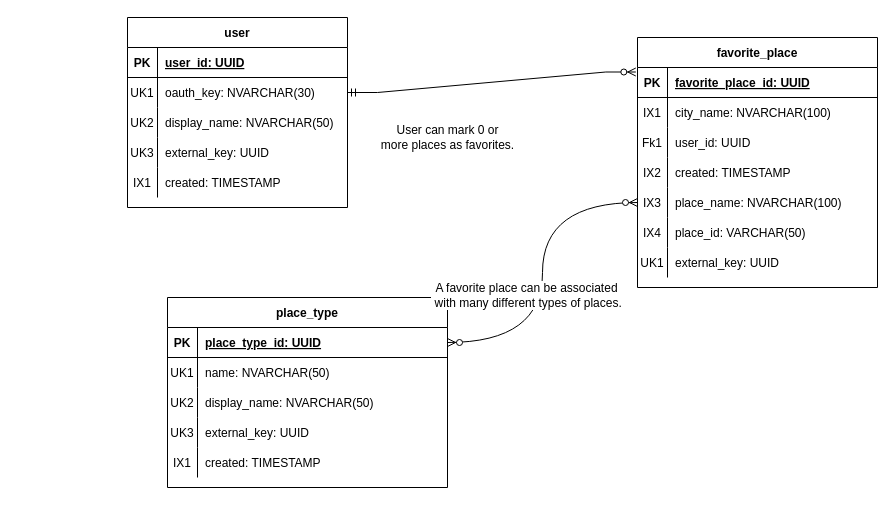
Above: docs/work/erd-server.drawio in northern-nm-highlights/northern-nm-highlights.github.io (draw.io), before the change. Source tidied: cells renumbered, new cells numbered last; positions are measured from the earlier drawing's top-left corner, leaving out a move shared by most shapes. Both pictures are drawn from the tidied source at 100%, with x=0, y=0 at pixel (127, 17).
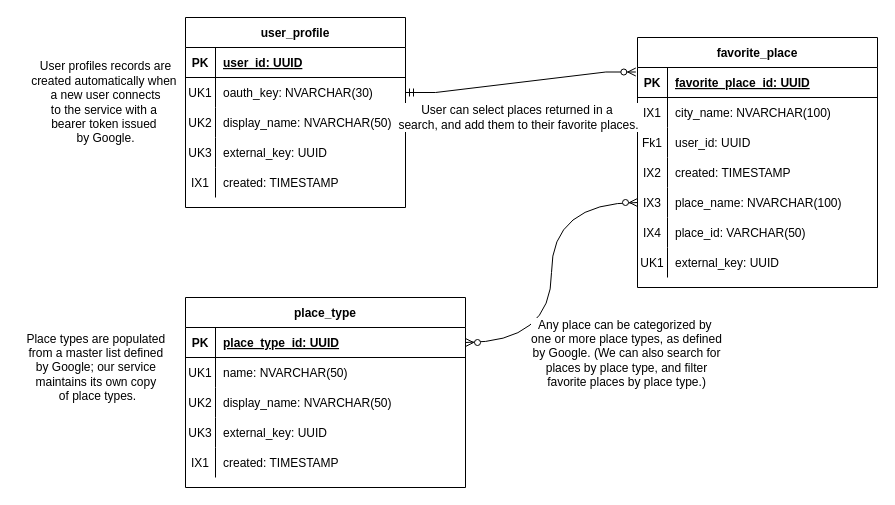
The same page after the edit.

Commit message (it also covers changes not shown here):
Changed server ERD.

The change refers to these unchanged cells:
```xml
<mxCell id="6" style="shape=partialRectangle;fillColor=none;top=0;left=0;bottom=0;right=0;points=[[0,0.5],[1,0.5]];portConstraint=eastwest;" parent="2" vertex="1">
  <mxGeometry y="60" width="220" height="30" as="geometry" />
</mxCell>
<mxCell id="18" value="favorite_place" style="shape=table;startSize=30;childLayout=tableLayout;rowLines=0;fontStyle=1;align=center;" parent="1" vertex="1">
  <mxGeometry x="510" y="20" width="240" height="250" as="geometry" />
</mxCell>
<mxCell id="31" style="shape=partialRectangle;fillColor=none;top=0;left=0;bottom=0;right=0;points=[[0,0.5],[1,0.5]];portConstraint=eastwest;" parent="18" vertex="1">
  <mxGeometry y="150" width="240" height="30" as="geometry" />
</mxCell>
<mxCell id="42" style="shape=partialRectangle;fillColor=none;top=0;left=0;bottom=1;right=0;points=[[0,0.5],[1,0.5]];portConstraint=eastwest;" parent="41" vertex="1">
  <mxGeometry y="30" width="280" height="30" as="geometry" />
</mxCell>
```

What changed in the source:
```diff
@@
-    <mxCell id="2" value="user" style="shape=table;startSize=30;childLayout=tableLayout;rowLines=0;fontStyle=1;align=center;" parent="1" vertex="1">
-      <mxGeometry width="220" height="190" as="geometry" />
+    <mxCell id="2" value="user_profile" style="shape=table;startSize=30;childLayout=tableLayout;rowLines=0;fontStyle=1;align=center;" parent="1" vertex="1">
+      <mxGeometry x="58" width="220" height="190" as="geometry" />
     </mxCell>
@@
-    <mxCell id="40" style="edgeStyle=entityRelationEdgeStyle;fontSize=12;html=1;endArrow=ERmandOne;startArrow=ERzeroToMany;rounded=0;entryX=1;entryY=0.5;entryDx=0;entryDy=0;endFill=0;exitX=-0.007;exitY=0.138;exitDx=0;exitDy=0;exitPerimeter=0;" parent="1" edge="1" source="18" target="6">
-      <mxGeometry relative="1" as="geometry" />
+    <mxCell id="40" value="User can select places returned in a&amp;nbsp;&lt;br&gt;search, and add them to their favorite places." style="edgeStyle=entityRelationEdgeStyle;fontSize=12;html=1;endArrow=ERmandOne;startArrow=ERzeroToMany;rounded=0;entryX=1;entryY=0.5;entryDx=0;entryDy=0;endFill=0;exitX=-0.007;exitY=0.138;exitDx=0;exitDy=0;exitPerimeter=0;" parent="1" edge="1" source="18" target="6">
+      <mxGeometry x="0.05" y="35" relative="1" as="geometry" />
     </mxCell>
     <mxCell id="41" value="place_type" style="shape=table;startSize=30;childLayout=tableLayout;rowLines=0;fontStyle=1;align=center;" parent="1" vertex="1">
-      <mxGeometry x="40" y="280" width="280" height="190" as="geometry" />
+      <mxGeometry x="58" y="280" width="280" height="190" as="geometry" />
     </mxCell>
@@
-    <mxCell id="57" value="User can mark 0 or &lt;br&gt;more places as favorites." style="text;html=1;align=center;verticalAlign=middle;strokeColor=none;fillColor=none;" parent="1" vertex="1">
-      <mxGeometry x="245" y="105" width="150" height="30" as="geometry" />
-    </mxCell>
-    <mxCell id="58" value="A favorite place can be associated&lt;br&gt;&amp;nbsp;with many different types of places." style="fontSize=12;html=1;endArrow=ERzeroToMany;endFill=1;startArrow=ERzeroToMany;rounded=0;exitX=1;exitY=0.5;exitDx=0;exitDy=0;entryX=0;entryY=0.5;entryDx=0;entryDy=0;edgeStyle=orthogonalEdgeStyle;curved=1;" parent="1" edge="1" source="42" target="31">
-      <mxGeometry x="-0.14" y="16" relative="1" as="geometry" />
+    <mxCell id="58" value="Any place can be categorized by&amp;nbsp;&lt;br&gt;one or more place types, as defined&lt;br&gt;by Google. (We can also search for&lt;br&gt;places by place type, and filter &lt;br&gt;favorite places by place type.)" style="fontSize=12;html=1;endArrow=ERzeroToMany;endFill=1;startArrow=ERzeroToMany;rounded=0;exitX=1;exitY=0.5;exitDx=0;exitDy=0;entryX=0;entryY=0.5;entryDx=0;entryDy=0;edgeStyle=orthogonalEdgeStyle;curved=1;" parent="1" edge="1" source="42" target="31">
+      <mxGeometry x="-0.42" y="-76" relative="1" as="geometry">
+        <mxPoint x="-1" y="15" as="offset" />
+      </mxGeometry>
     </mxCell>
+    <mxCell id="59" value="Place types are populated&amp;nbsp;&lt;br&gt;from a master list defined&amp;nbsp;&lt;br&gt;by Google; our service&amp;nbsp;&lt;br&gt;maintains its own copy&amp;nbsp;&lt;br&gt;of place types." style="text;html=1;align=center;verticalAlign=middle;strokeColor=none;fillColor=none;" parent="1" vertex="1">
+      <mxGeometry x="-110" y="310" width="160" height="80" as="geometry" />
+    </mxCell>
+    <mxCell id="60" value="User profiles records are&lt;br&gt;created automatically when&amp;nbsp;&lt;br&gt;a new user connects&lt;br&gt;to the service with a&amp;nbsp;&lt;br&gt;bearer token issued&amp;nbsp;&lt;br&gt;by Google." style="text;html=1;align=center;verticalAlign=middle;strokeColor=none;fillColor=none;" parent="1" vertex="1">
+      <mxGeometry x="-102" y="40" width="160" height="90" as="geometry" />
+    </mxCell>
```
